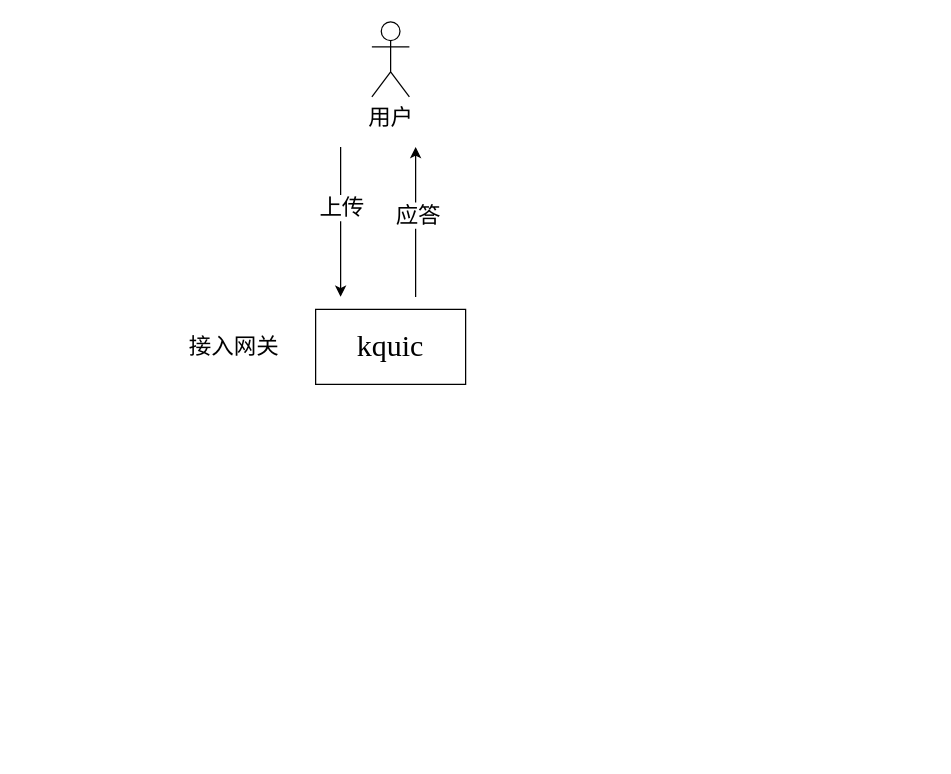
Earlier version of the draw.io diagram Untitled Diagram.drawio (misiyu/drawio). Source tidied: cells renumbered, new cells numbered last; positions are measured from the earlier drawing's top-left corner, leaving out a move shared by most shapes. Both pictures are drawn from the tidied source at 125%, with x=0, y=0 at pixel (178, 21).
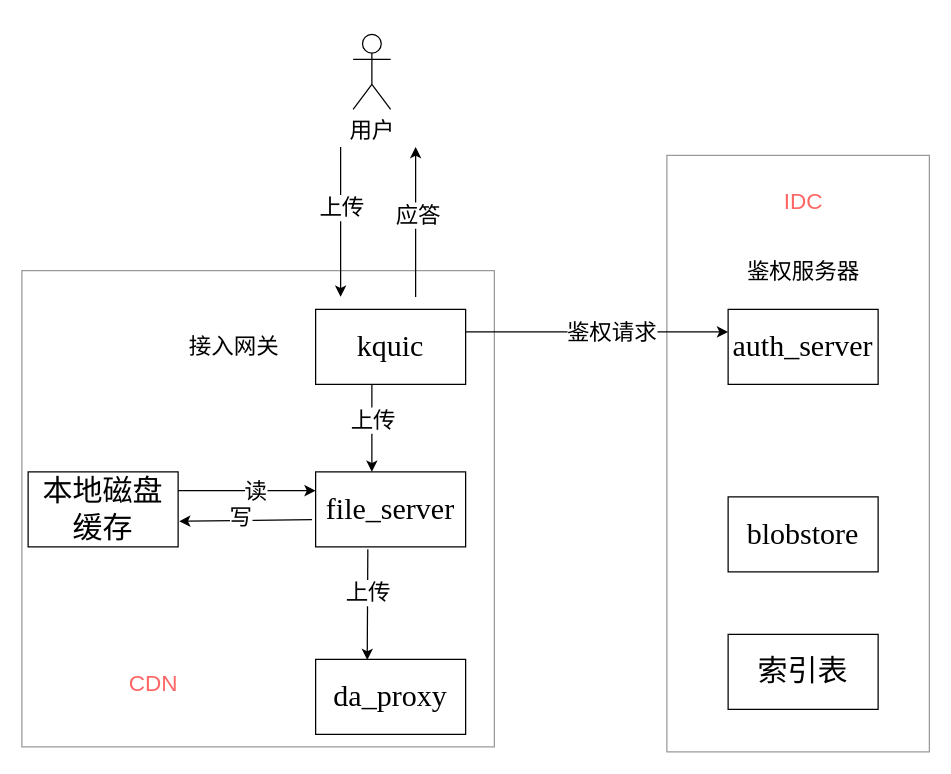
The same diagram, later.

The edit, as a diff of the source:
```diff
@@
+    <mxCell id="9" style="rounded=0;whiteSpace=wrap;html=1;fillColor=none;opacity=40;" parent="1" vertex="1">
+      <mxGeometry x="391" y="106.8" width="210" height="477.2" as="geometry" />
+    </mxCell>
@@
     <mxCell id="4" value="&lt;font style=&quot;font-size: 18px&quot;&gt;用户&lt;/font&gt;" style="shape=umlActor;verticalLabelPosition=bottom;verticalAlign=top;html=1;" parent="1" vertex="1">
-      <mxGeometry x="155" width="30" height="60" as="geometry" />
+      <mxGeometry x="140" y="10" width="30" height="60" as="geometry" />
     </mxCell>
@@
+    <mxCell id="10" value="&lt;font face=&quot;Times New Roman&quot; style=&quot;font-size: 24px&quot;&gt;auth_server&lt;/font&gt;" style="rounded=0;whiteSpace=wrap;html=1;" parent="1" vertex="1">
+      <mxGeometry x="440" y="230" width="120" height="60" as="geometry" />
+    </mxCell>
+    <mxCell id="11" value="&lt;span style=&quot;font-size: 18px&quot;&gt;鉴权服务器&lt;/span&gt;" style="text;html=1;strokeColor=none;fillColor=none;align=center;verticalAlign=middle;whiteSpace=wrap;rounded=0;" parent="1" vertex="1">
+      <mxGeometry x="432.5" y="180" width="135" height="40" as="geometry" />
+    </mxCell>
+    <mxCell id="12" style="endArrow=classic;html=1;exitX=1;exitY=0.5;exitDx=0;exitDy=0;entryX=0;entryY=0.5;entryDx=0;entryDy=0;" parent="1" edge="1">
+      <mxGeometry relative="1" as="geometry">
+        <mxPoint x="230" y="248" as="sourcePoint" />
+        <mxPoint x="440" y="248" as="targetPoint" />
+      </mxGeometry>
+    </mxCell>
+    <mxCell id="13" value="&lt;span style=&quot;font-size: 18px&quot;&gt;鉴权请求&lt;/span&gt;" style="edgeLabel;html=1;align=center;verticalAlign=middle;" parent="12" vertex="1">
+      <mxGeometry x="0.1" y="-1" relative="1" as="geometry">
+        <mxPoint y="-1" as="offset" />
+      </mxGeometry>
+    </mxCell>
+    <mxCell id="14" value="&lt;font face=&quot;Times New Roman&quot; style=&quot;font-size: 24px&quot;&gt;file_server&lt;/font&gt;" style="rounded=0;whiteSpace=wrap;html=1;" parent="1" vertex="1">
+      <mxGeometry x="110" y="360" width="120" height="60" as="geometry" />
+    </mxCell>
+    <mxCell id="15" style="endArrow=classic;html=1;" parent="1" edge="1">
+      <mxGeometry relative="1" as="geometry">
+        <mxPoint x="155" y="290" as="sourcePoint" />
+        <mxPoint x="155" y="360" as="targetPoint" />
+      </mxGeometry>
+    </mxCell>
+    <mxCell id="16" value="&lt;font style=&quot;font-size: 18px&quot;&gt;上传&lt;/font&gt;" style="edgeLabel;html=1;align=center;verticalAlign=middle;" parent="15" vertex="1">
+      <mxGeometry x="-0.2" relative="1" as="geometry" />
+    </mxCell>
+    <mxCell id="17" value="&lt;font face=&quot;Times New Roman&quot; style=&quot;font-size: 24px&quot;&gt;da_proxy&lt;/font&gt;" style="rounded=0;whiteSpace=wrap;html=1;" parent="1" vertex="1">
+      <mxGeometry x="110" y="510" width="120" height="60" as="geometry" />
+    </mxCell>
+    <mxCell id="18" style="endArrow=classic;html=1;exitX=0.348;exitY=1.032;exitDx=0;exitDy=0;exitPerimeter=0;entryX=0.344;entryY=0.008;entryDx=0;entryDy=0;entryPerimeter=0;" parent="1" edge="1" source="14" target="17">
+      <mxGeometry relative="1" as="geometry" />
+    </mxCell>
+    <mxCell id="19" value="&lt;font style=&quot;font-size: 18px&quot;&gt;上传&lt;/font&gt;" style="edgeLabel;html=1;align=center;verticalAlign=middle;" parent="18" vertex="1">
+      <mxGeometry x="-0.2" relative="1" as="geometry" />
+    </mxCell>
+    <mxCell id="20" value="&lt;font face=&quot;Times New Roman&quot;&gt;&lt;span style=&quot;font-size: 24px&quot;&gt;本地磁盘缓存&lt;/span&gt;&lt;/font&gt;" style="rounded=0;whiteSpace=wrap;html=1;" parent="1" vertex="1">
+      <mxGeometry x="-120" y="360" width="120" height="60" as="geometry" />
+    </mxCell>
+    <mxCell id="21" style="endArrow=classic;html=1;exitX=1;exitY=0.25;exitDx=0;exitDy=0;entryX=0;entryY=0.25;entryDx=0;entryDy=0;" parent="1" edge="1" source="20" target="14">
+      <mxGeometry relative="1" as="geometry">
+        <Array as="points">
+          <mxPoint x="60" y="375" />
+        </Array>
+      </mxGeometry>
+    </mxCell>
+    <mxCell id="22" value="&lt;span style=&quot;font-size: 18px&quot;&gt;读&lt;/span&gt;" style="edgeLabel;html=1;align=center;verticalAlign=middle;" parent="21" vertex="1">
+      <mxGeometry x="0.1" y="-1" relative="1" as="geometry">
+        <mxPoint y="-1" as="offset" />
+      </mxGeometry>
+    </mxCell>
+    <mxCell id="23" style="endArrow=classic;html=1;exitX=-0.024;exitY=0.636;exitDx=0;exitDy=0;entryX=1.007;entryY=0.659;entryDx=0;entryDy=0;exitPerimeter=0;entryPerimeter=0;" parent="1" edge="1" source="14" target="20">
+      <mxGeometry relative="1" as="geometry" />
+    </mxCell>
+    <mxCell id="24" value="&lt;span style=&quot;font-size: 18px&quot;&gt;写&lt;/span&gt;" style="edgeLabel;html=1;align=center;verticalAlign=middle;" parent="23" vertex="1">
+      <mxGeometry x="0.1" y="-1" relative="1" as="geometry">
+        <mxPoint y="-1" as="offset" />
+      </mxGeometry>
+    </mxCell>
+    <mxCell id="25" value="&lt;font face=&quot;Times New Roman&quot; style=&quot;font-size: 24px&quot;&gt;blobstore&lt;/font&gt;" style="rounded=0;whiteSpace=wrap;html=1;" parent="1" vertex="1">
+      <mxGeometry x="440" y="380" width="120" height="60" as="geometry" />
+    </mxCell>
+    <mxCell id="26" value="&lt;font face=&quot;Times New Roman&quot; style=&quot;font-size: 24px&quot;&gt;索引表&lt;/font&gt;" style="rounded=0;whiteSpace=wrap;html=1;" parent="1" vertex="1">
+      <mxGeometry x="440" y="490" width="120" height="60" as="geometry" />
+    </mxCell>
+    <mxCell id="27" value="&lt;span style=&quot;font-size: 18px&quot;&gt;&lt;font color=&quot;#ff6666&quot;&gt;IDC&lt;/font&gt;&lt;/span&gt;" style="text;html=1;strokeColor=none;fillColor=none;align=center;verticalAlign=middle;whiteSpace=wrap;rounded=0;" parent="1" vertex="1">
+      <mxGeometry x="432.5" y="124" width="135" height="40" as="geometry" />
+    </mxCell>
+    <mxCell id="28" style="rounded=0;whiteSpace=wrap;html=1;fillColor=none;opacity=40;" parent="1" vertex="1">
+      <mxGeometry x="-125" y="199" width="378" height="381" as="geometry" />
+    </mxCell>
+    <mxCell id="29" value="&lt;span style=&quot;font-size: 18px&quot;&gt;&lt;font color=&quot;#ff6666&quot;&gt;CDN&lt;/font&gt;&lt;/span&gt;" style="text;html=1;strokeColor=none;fillColor=none;align=center;verticalAlign=middle;whiteSpace=wrap;rounded=0;" parent="1" vertex="1">
+      <mxGeometry x="-87" y="510" width="135" height="40" as="geometry" />
+    </mxCell>
```
